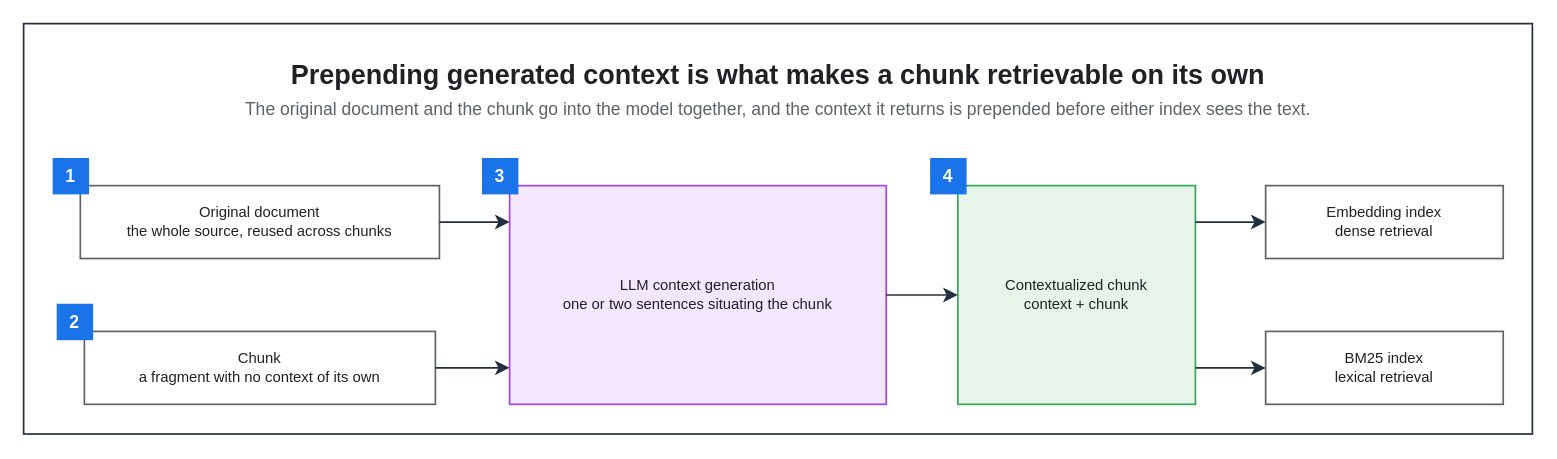
This is assets/img/ai/rag-02-contextual-retrieval.drawio from KKamJi98/kkamji98.github.io, a draw.io file, before an edit. Source tidied: cells renumbered, new cells numbered last; positions are measured from the earlier drawing's top-left corner, leaving out a move shared by most shapes. Both pictures are drawn from the tidied source at 135%, with x=0, y=0 at pixel (23, 23).
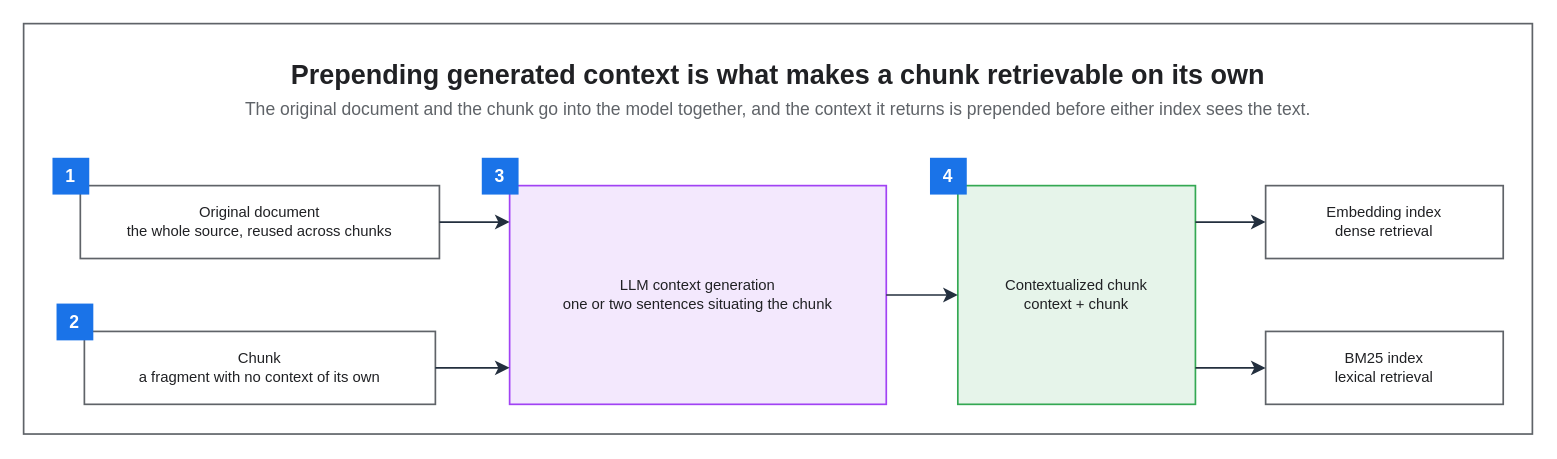
The same page after the edit.

What changed in the source:
```diff
@@
 <mxGraphModel background="#FFFFFF">
   <root>
     <mxCell id="0" />
     <mxCell id="1" parent="0" />
-    <mxCell id="2" style="rounded=0;html=0;fillColor=none;strokeColor=#232F3E;fontColor=#202124;strokeWidth=1.25;" parent="1" vertex="1">
+    <mxCell id="2" style="rounded=0;html=0;fillColor=none;strokeColor=#5F6368;fontColor=#202124;strokeWidth=1.25;" parent="1" vertex="1">
       <mxGeometry width="1117.6" height="304" as="geometry" />
     </mxCell>
     <mxCell id="3" value="Prepending generated context is what makes a chunk retrievable on its own" style="text;html=0;whiteSpace=wrap;fillColor=none;strokeColor=none;fontColor=#202124;fontSize=20;fontStyle=1;align=center;verticalAlign=middle;" parent="1" vertex="1">
       <mxGeometry x="22" y="22" width="1073.6" height="30" as="geometry" />
     </mxCell>
     <mxCell id="4" value="The original document and the chunk go into the model together, and the context it returns is prepended before either index sees the text." style="text;html=0;whiteSpace=wrap;fillColor=none;strokeColor=none;fontColor=#5F6368;fontSize=13;fontStyle=0;align=center;verticalAlign=middle;" parent="1" vertex="1">
       <mxGeometry x="22" y="52" width="1073.6" height="22" as="geometry" />
     </mxCell>
     <mxCell id="5" value="Original document&#10;the whole source, reused across chunks" style="rounded=0;whiteSpace=wrap;html=0;fillColor=#FFFFFF;strokeColor=#5F6368;fontColor=#202124;fontSize=11;fontStyle=0;align=center;verticalAlign=middle;spacingLeft=6;spacingRight=6;strokeWidth=1.25;" parent="1" vertex="1">
       <mxGeometry x="42" y="120" width="266" height="54" as="geometry" />
     </mxCell>
     <mxCell id="6" value="Chunk&#10;a fragment with no context of its own" style="rounded=0;whiteSpace=wrap;html=0;fillColor=#FFFFFF;strokeColor=#5F6368;fontColor=#202124;fontSize=11;fontStyle=0;align=center;verticalAlign=middle;spacingLeft=6;spacingRight=6;strokeWidth=1.25;" parent="1" vertex="1">
       <mxGeometry x="45" y="228" width="260" height="54" as="geometry" />
     </mxCell>
     <mxCell id="7" value="LLM context generation&#10;one or two sentences situating the chunk" style="rounded=0;whiteSpace=wrap;html=0;fillColor=#F3E8FD;strokeColor=#A142F4;fontColor=#202124;fontSize=11;fontStyle=0;align=center;verticalAlign=middle;spacingLeft=6;spacingRight=6;strokeWidth=1.25;" parent="1" vertex="1">
       <mxGeometry x="360" y="120" width="279" height="162" as="geometry" />
     </mxCell>
     <mxCell id="8" value="Contextualized chunk&#10;context + chunk" style="rounded=0;whiteSpace=wrap;html=0;fillColor=#E6F4EA;strokeColor=#34A853;fontColor=#202124;fontSize=11;fontStyle=0;align=center;verticalAlign=middle;spacingLeft=6;spacingRight=6;strokeWidth=1.25;" parent="1" vertex="1">
       <mxGeometry x="692" y="120" width="176" height="162" as="geometry" />
     </mxCell>
     <mxCell id="9" value="Embedding index&#10;dense retrieval" style="rounded=0;whiteSpace=wrap;html=0;fillColor=#FFFFFF;strokeColor=#5F6368;fontColor=#202124;fontSize=11;fontStyle=0;align=center;verticalAlign=middle;spacingLeft=6;spacingRight=6;strokeWidth=1.25;" parent="1" vertex="1">
       <mxGeometry x="920" y="120" width="176" height="54" as="geometry" />
     </mxCell>
     <mxCell id="10" value="BM25 index&#10;lexical retrieval" style="rounded=0;whiteSpace=wrap;html=0;fillColor=#FFFFFF;strokeColor=#5F6368;fontColor=#202124;fontSize=11;fontStyle=0;align=center;verticalAlign=middle;spacingLeft=6;spacingRight=6;strokeWidth=1.25;" parent="1" vertex="1">
       <mxGeometry x="920" y="228" width="176" height="54" as="geometry" />
     </mxCell>
-    <mxCell id="11" value="1" style="rounded=0;whiteSpace=wrap;html=0;fillColor=#1A73E8;strokeColor=#1A73E8;fontColor=#FFFFFF;fontSize=13;fontStyle=1;align=center;verticalAlign=middle;" parent="1" vertex="1">
+    <mxCell id="11" value="1" style="rounded=0;whiteSpace=wrap;html=0;fillColor=#1A73E8;strokeColor=#1A73E8;fontColor=#FFFFFF;fontSize=13;fontStyle=1;align=center;verticalAlign=middle;strokeWidth=1.25;" parent="1" vertex="1">
       <mxGeometry x="22" y="100" width="26" height="26" as="geometry" />
     </mxCell>
-    <mxCell id="12" value="2" style="rounded=0;whiteSpace=wrap;html=0;fillColor=#1A73E8;strokeColor=#1A73E8;fontColor=#FFFFFF;fontSize=13;fontStyle=1;align=center;verticalAlign=middle;" parent="1" vertex="1">
+    <mxCell id="12" value="2" style="rounded=0;whiteSpace=wrap;html=0;fillColor=#1A73E8;strokeColor=#1A73E8;fontColor=#FFFFFF;fontSize=13;fontStyle=1;align=center;verticalAlign=middle;strokeWidth=1.25;" parent="1" vertex="1">
       <mxGeometry x="25" y="208" width="26" height="26" as="geometry" />
     </mxCell>
-    <mxCell id="13" value="3" style="rounded=0;whiteSpace=wrap;html=0;fillColor=#1A73E8;strokeColor=#1A73E8;fontColor=#FFFFFF;fontSize=13;fontStyle=1;align=center;verticalAlign=middle;" parent="1" vertex="1">
+    <mxCell id="13" value="3" style="rounded=0;whiteSpace=wrap;html=0;fillColor=#1A73E8;strokeColor=#1A73E8;fontColor=#FFFFFF;fontSize=13;fontStyle=1;align=center;verticalAlign=middle;strokeWidth=1.25;" parent="1" vertex="1">
       <mxGeometry x="340" y="100" width="26" height="26" as="geometry" />
     </mxCell>
-    <mxCell id="14" value="4" style="rounded=0;whiteSpace=wrap;html=0;fillColor=#1A73E8;strokeColor=#1A73E8;fontColor=#FFFFFF;fontSize=13;fontStyle=1;align=center;verticalAlign=middle;" parent="1" vertex="1">
+    <mxCell id="14" value="4" style="rounded=0;whiteSpace=wrap;html=0;fillColor=#1A73E8;strokeColor=#1A73E8;fontColor=#FFFFFF;fontSize=13;fontStyle=1;align=center;verticalAlign=middle;strokeWidth=1.25;" parent="1" vertex="1">
       <mxGeometry x="672" y="100" width="26" height="26" as="geometry" />
     </mxCell>
     <mxCell id="15" style="edgeStyle=orthogonalEdgeStyle;rounded=0;html=0;strokeColor=#232F3E;strokeWidth=1.25;endArrow=classic;endFill=1;endSize=7;fontSize=11;fontColor=#202124;labelBackgroundColor=none;jettySize=14;exitX=1;exitY=0.5;entryX=0;entryY=0.1667;exitDx=0;exitDy=0;entryDx=0;entryDy=0;" parent="1" edge="1" source="5" target="7">
       <mxGeometry relative="1" as="geometry" />
     </mxCell>
     <mxCell id="16" style="edgeStyle=orthogonalEdgeStyle;rounded=0;html=0;strokeColor=#232F3E;strokeWidth=1.25;endArrow=classic;endFill=1;endSize=7;fontSize=11;fontColor=#202124;labelBackgroundColor=none;jettySize=14;exitX=1;exitY=0.5;entryX=0;entryY=0.8333;exitDx=0;exitDy=0;entryDx=0;entryDy=0;" parent="1" edge="1" source="6" target="7">
       <mxGeometry relative="1" as="geometry" />
     </mxCell>
     <mxCell id="17" style="edgeStyle=orthogonalEdgeStyle;rounded=0;html=0;strokeColor=#232F3E;strokeWidth=1.25;endArrow=classic;endFill=1;endSize=7;fontSize=11;fontColor=#202124;labelBackgroundColor=none;jettySize=14;exitX=1;exitY=0.5;entryX=0;entryY=0.5;exitDx=0;exitDy=0;entryDx=0;entryDy=0;" parent="1" edge="1" source="7" target="8">
       <mxGeometry relative="1" as="geometry" />
     </mxCell>
     <mxCell id="18" style="edgeStyle=orthogonalEdgeStyle;rounded=0;html=0;strokeColor=#232F3E;strokeWidth=1.25;endArrow=classic;endFill=1;endSize=7;fontSize=11;fontColor=#202124;labelBackgroundColor=none;jettySize=14;exitX=1;exitY=0.1667;entryX=0;entryY=0.5;exitDx=0;exitDy=0;entryDx=0;entryDy=0;" parent="1" edge="1" source="8" target="9">
       <mxGeometry relative="1" as="geometry" />
     </mxCell>
     <mxCell id="19" style="edgeStyle=orthogonalEdgeStyle;rounded=0;html=0;strokeColor=#232F3E;strokeWidth=1.25;endArrow=classic;endFill=1;endSize=7;fontSize=11;fontColor=#202124;labelBackgroundColor=none;jettySize=14;exitX=1;exitY=0.8333;entryX=0;entryY=0.5;exitDx=0;exitDy=0;entryDx=0;entryDy=0;" parent="1" edge="1" source="8" target="10">
       <mxGeometry relative="1" as="geometry" />
     </mxCell>
   </root>
 </mxGraphModel>
```
